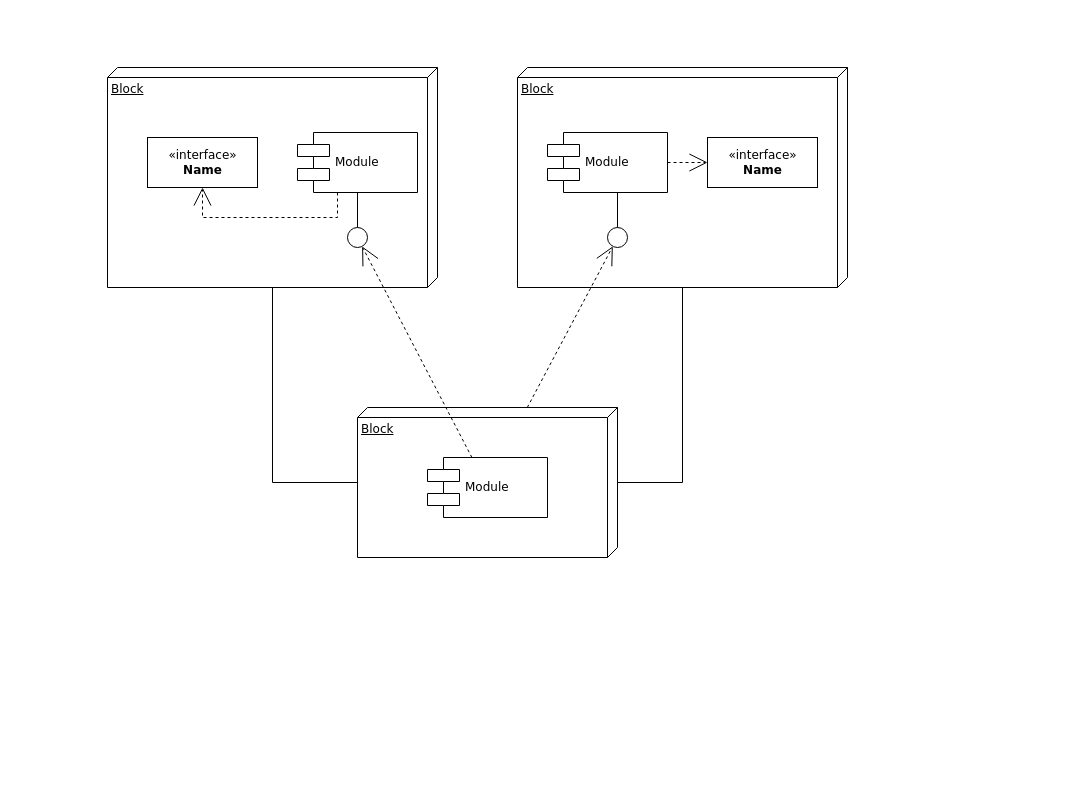
This is Diagrama sin título.drawio from JazaeloG/JazaeloG, a draw.io file, before an edit. Source tidied: cells renumbered, new cells numbered last; positions are measured from the earlier drawing's top-left corner, leaving out a move shared by most shapes. Both pictures are drawn from the tidied source at 100%, with x=0, y=0 at pixel (107, 67). Pictures stored in the file or linked from it are replaced by grey dashed boxes.
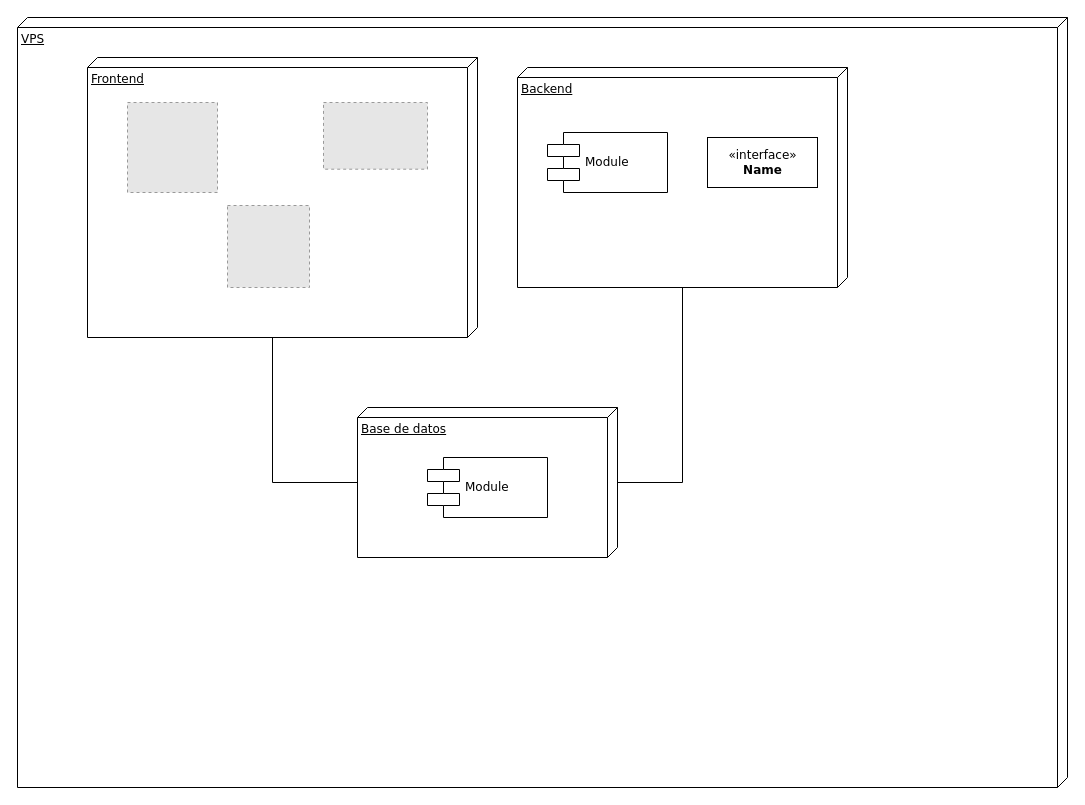
After the change.

The change refers to these unchanged cells:
```xml
<mxCell id="8" value="Module" style="shape=component;align=left;spacingLeft=36;rounded=0;shadow=0;comic=0;labelBackgroundColor=none;strokeWidth=1;fontFamily=Verdana;fontSize=12;html=1;" parent="1" vertex="1">
  <mxGeometry x="440" y="65" width="120" height="60" as="geometry" />
</mxCell>
<mxCell id="9" value="&amp;laquo;interface&amp;raquo;&lt;br&gt;&lt;b&gt;Name&lt;/b&gt;" style="html=1;rounded=0;shadow=0;comic=0;labelBackgroundColor=none;strokeWidth=1;fontFamily=Verdana;fontSize=12;align=center;" parent="1" vertex="1">
  <mxGeometry x="600" y="70" width="110" height="50" as="geometry" />
</mxCell>
<mxCell id="11" value="Module" style="shape=component;align=left;spacingLeft=36;rounded=0;shadow=0;comic=0;labelBackgroundColor=none;strokeWidth=1;fontFamily=Verdana;fontSize=12;html=1;" parent="1" vertex="1">
  <mxGeometry x="320" y="390" width="120" height="60" as="geometry" />
</mxCell>
```

What changed in the source:
```diff
@@
+    <mxCell id="20" value="VPS" style="verticalAlign=top;align=left;spacingTop=8;spacingLeft=2;spacingRight=12;shape=cube;size=10;direction=south;fontStyle=4;html=1;rounded=0;shadow=0;comic=0;labelBackgroundColor=none;strokeWidth=1;fontFamily=Verdana;fontSize=12;" parent="1" vertex="1">
+      <mxGeometry x="-90" y="-50" width="1050" height="770" as="geometry" />
+    </mxCell>
-    <mxCell id="2" value="Block" style="verticalAlign=top;align=left;spacingTop=8;spacingLeft=2;spacingRight=12;shape=cube;size=10;direction=south;fontStyle=4;html=1;rounded=0;shadow=0;comic=0;labelBackgroundColor=none;strokeWidth=1;fontFamily=Verdana;fontSize=12;" parent="1" vertex="1">
-      <mxGeometry width="330" height="220" as="geometry" />
+    <mxCell id="2" value="Frontend" style="verticalAlign=top;align=left;spacingTop=8;spacingLeft=2;spacingRight=12;shape=cube;size=10;direction=south;fontStyle=4;html=1;rounded=0;shadow=0;comic=0;labelBackgroundColor=none;strokeWidth=1;fontFamily=Verdana;fontSize=12;" parent="1" vertex="1">
+      <mxGeometry x="-20" y="-10" width="390" height="280" as="geometry" />
     </mxCell>
-    <mxCell id="3" value="Block" style="verticalAlign=top;align=left;spacingTop=8;spacingLeft=2;spacingRight=12;shape=cube;size=10;direction=south;fontStyle=4;html=1;rounded=0;shadow=0;comic=0;labelBackgroundColor=none;strokeWidth=1;fontFamily=Verdana;fontSize=12;" parent="1" vertex="1">
+    <mxCell id="3" value="Backend" style="verticalAlign=top;align=left;spacingTop=8;spacingLeft=2;spacingRight=12;shape=cube;size=10;direction=south;fontStyle=4;html=1;rounded=0;shadow=0;comic=0;labelBackgroundColor=none;strokeWidth=1;fontFamily=Verdana;fontSize=12;" parent="1" vertex="1">
       <mxGeometry x="410" width="330" height="220" as="geometry" />
     </mxCell>
-    <mxCell id="4" value="Block" style="verticalAlign=top;align=left;spacingTop=8;spacingLeft=2;spacingRight=12;shape=cube;size=10;direction=south;fontStyle=4;html=1;rounded=0;shadow=0;comic=0;labelBackgroundColor=none;strokeWidth=1;fontFamily=Verdana;fontSize=12;" parent="1" vertex="1">
+    <mxCell id="4" value="Base de datos" style="verticalAlign=top;align=left;spacingTop=8;spacingLeft=2;spacingRight=12;shape=cube;size=10;direction=south;fontStyle=4;html=1;rounded=0;shadow=0;comic=0;labelBackgroundColor=none;strokeWidth=1;fontFamily=Verdana;fontSize=12;" parent="1" vertex="1">
       <mxGeometry x="250" y="340" width="260" height="150" as="geometry" />
     </mxCell>
-    <mxCell id="5" value="&amp;laquo;interface&amp;raquo;&lt;br&gt;&lt;b&gt;Name&lt;/b&gt;" style="html=1;rounded=0;shadow=0;comic=0;labelBackgroundColor=none;strokeWidth=1;fontFamily=Verdana;fontSize=12;align=center;" parent="1" vertex="1">
-      <mxGeometry x="40" y="70" width="110" height="50" as="geometry" />
-    </mxCell>
-    <mxCell id="6" value="Module" style="shape=component;align=left;spacingLeft=36;rounded=0;shadow=0;comic=0;labelBackgroundColor=none;strokeWidth=1;fontFamily=Verdana;fontSize=12;html=1;" parent="1" vertex="1">
-      <mxGeometry x="190" y="65" width="120" height="60" as="geometry" />
-    </mxCell>
-    <mxCell id="7" style="ellipse;whiteSpace=wrap;html=1;rounded=0;shadow=0;comic=0;labelBackgroundColor=none;strokeWidth=1;fontFamily=Verdana;fontSize=12;align=center;" parent="1" vertex="1">
-      <mxGeometry x="240" y="160" width="20" height="20" as="geometry" />
-    </mxCell>
@@
-    <mxCell id="10" style="ellipse;whiteSpace=wrap;html=1;rounded=0;shadow=0;comic=0;labelBackgroundColor=none;strokeWidth=1;fontFamily=Verdana;fontSize=12;align=center;" parent="1" vertex="1">
-      <mxGeometry x="500" y="160" width="20" height="20" as="geometry" />
-    </mxCell>
@@
-    <mxCell id="12" style="edgeStyle=none;rounded=0;html=1;dashed=1;labelBackgroundColor=none;startArrow=none;startFill=0;startSize=8;endArrow=open;endFill=0;endSize=16;fontFamily=Verdana;fontSize=12;" parent="1" edge="1" source="11" target="7">
-      <mxGeometry relative="1" as="geometry" />
-    </mxCell>
-    <mxCell id="13" style="edgeStyle=none;rounded=0;html=1;dashed=1;labelBackgroundColor=none;startArrow=none;startFill=0;startSize=8;endArrow=open;endFill=0;endSize=16;fontFamily=Verdana;fontSize=12;" parent="1" edge="1" source="4" target="10">
-      <mxGeometry relative="1" as="geometry" />
-    </mxCell>
-    <mxCell id="14" style="edgeStyle=elbowEdgeStyle;rounded=0;html=1;labelBackgroundColor=none;startArrow=none;startFill=0;startSize=8;endArrow=none;endFill=0;endSize=16;fontFamily=Verdana;fontSize=12;" parent="1" edge="1" source="10" target="8">
-      <mxGeometry relative="1" as="geometry" />
-    </mxCell>
-    <mxCell id="15" style="edgeStyle=elbowEdgeStyle;rounded=0;html=1;labelBackgroundColor=none;startArrow=none;startFill=0;startSize=8;endArrow=none;endFill=0;endSize=16;fontFamily=Verdana;fontSize=12;" parent="1" edge="1" source="7" target="6">
-      <mxGeometry relative="1" as="geometry" />
-    </mxCell>
-    <mxCell id="16" style="edgeStyle=orthogonalEdgeStyle;rounded=0;html=1;labelBackgroundColor=none;startArrow=none;startFill=0;startSize=8;endArrow=open;endFill=0;endSize=16;fontFamily=Verdana;fontSize=12;dashed=1;" parent="1" edge="1" source="6" target="5">
-      <mxGeometry relative="1" as="geometry">
-        <Array as="points">
-          <mxPoint x="230" y="150" />
-          <mxPoint x="95" y="150" />
-        </Array>
-      </mxGeometry>
-    </mxCell>
-    <mxCell id="17" style="edgeStyle=orthogonalEdgeStyle;rounded=0;html=1;dashed=1;labelBackgroundColor=none;startArrow=none;startFill=0;startSize=8;endArrow=open;endFill=0;endSize=16;fontFamily=Verdana;fontSize=12;" parent="1" edge="1" source="8" target="9">
-      <mxGeometry relative="1" as="geometry" />
-    </mxCell>
@@
+    <mxCell id="21" style="fillColor=#E6E6E6;strokeColor=#999999;dashed=1;verticalLabelPosition=bottom;labelBackgroundColor=default;verticalAlign=top;" parent="1" vertex="1">
+      <mxGeometry x="20" y="35" width="90" height="90" as="geometry" />
+    </mxCell>
+    <mxCell id="22" style="fillColor=#E6E6E6;strokeColor=#999999;dashed=1;verticalLabelPosition=bottom;labelBackgroundColor=default;verticalAlign=top;" parent="1" vertex="1">
+      <mxGeometry x="216" y="35" width="104" height="66.7" as="geometry" />
+    </mxCell>
+    <mxCell id="23" style="fillColor=#E6E6E6;strokeColor=#999999;dashed=1;verticalLabelPosition=bottom;labelBackgroundColor=default;verticalAlign=top;" parent="1" vertex="1">
+      <mxGeometry x="120" y="138" width="82" height="82" as="geometry" />
+    </mxCell>
```
